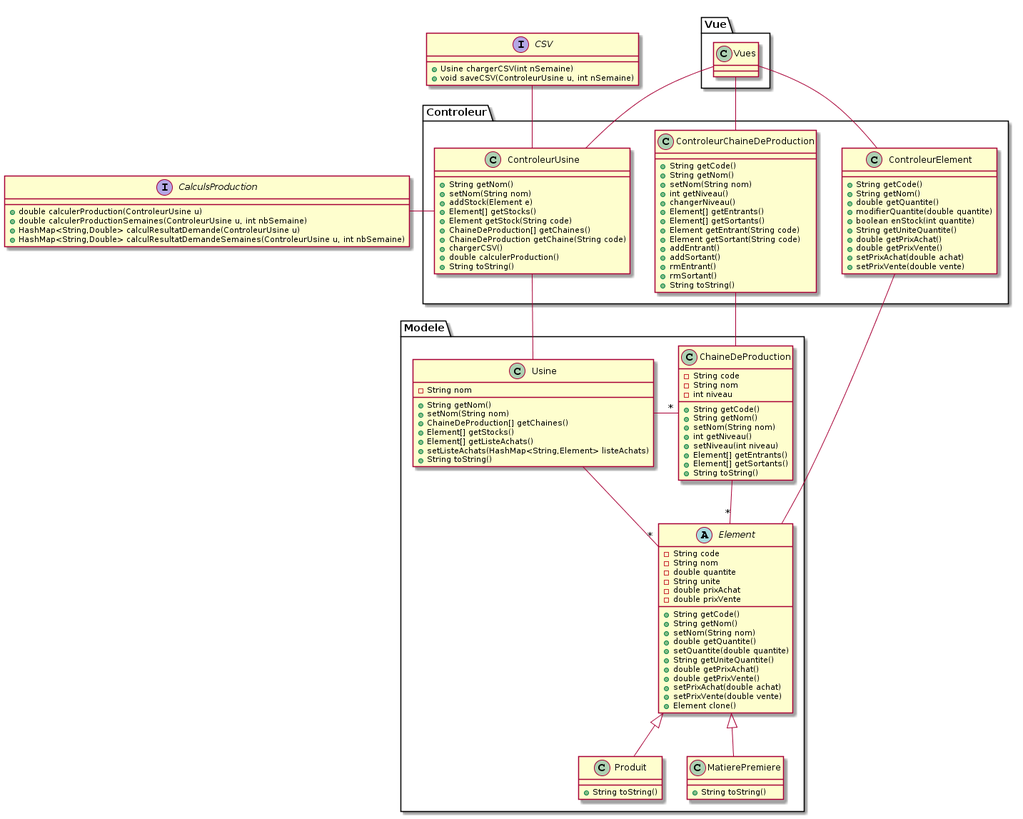
Before: uml.png, a diagram exported from PlantUML (TovarichMFS/leprojet).
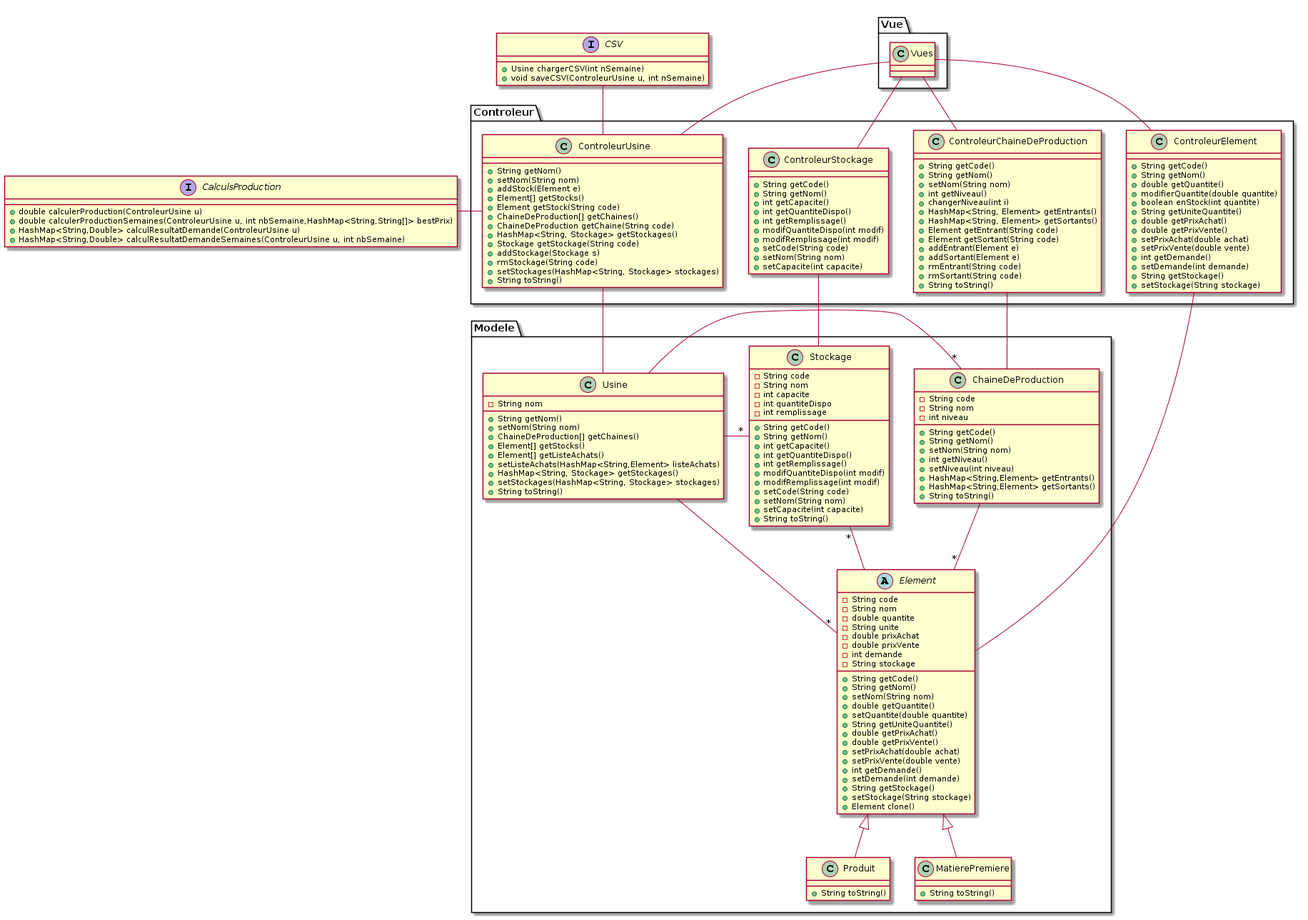
After the change.

Change to the diagram source:
```diff
@@ -7,6 +7,8 @@
 -String unite
 -double prixAchat
 -double prixVente
+-int demande
+-String stockage
 +String getCode()
 +String getNom()
 +setNom(String nom)
@@ -17,6 +19,10 @@
 +double getPrixVente()
 +setPrixAchat(double achat)
 +setPrixVente(double vente)
++int getDemande()
++setDemande(int demande)
++String getStockage()
++setStockage(String stockage)
 +Element clone()
 }
 
@@ -33,8 +39,8 @@
 +setNom(String nom)
 +int getNiveau()
 +setNiveau(int niveau)
-+Element[] getEntrants()
-+Element[] getSortants()
++HashMap<String,Element> getEntrants()
++HashMap<String,Element> getSortants()
 +String toString()
 }
 
@@ -46,6 +52,27 @@
 +Element[] getStocks()
 +Element[] getListeAchats()
 +setListeAchats(HashMap<String,Element> listeAchats)
++HashMap<String, Stockage> getStockages()
++setStockages(HashMap<String, Stockage> stockages)
++String toString()
+}
+
+class Stockage {
+-String code
+-String nom
+-int capacite
+-int quantiteDispo
+-int remplissage
++String getCode()
++String getNom()
++int getCapacite()
++int getQuantiteDispo()
++int getRemplissage()
++modifQuantiteDispo(int modif)
++modifRemplissage(int modif)
++setCode(String code)
++setNom(String nom)
++setCapacite(int capacite)
 +String toString()
 }
 
@@ -64,6 +91,10 @@
 +double getPrixVente()
 +setPrixAchat(double achat)
 +setPrixVente(double vente)
++int getDemande()
++setDemande(int demande)
++String getStockage()
++setStockage(String stockage)
 }
 
 class ControleurChaineDeProduction {
@@ -71,15 +102,15 @@
 +String getNom()
 +setNom(String nom)
 +int getNiveau()
-+changerNiveau()
-+Element[] getEntrants()
-+Element[] getSortants()
++changerNiveau(int i)
++HashMap<String, Element> getEntrants()
++HashMap<String, Element> getSortants()
 +Element getEntrant(String code)
 +Element getSortant(String code)
-+addEntrant()
-+addSortant()
-+rmEntrant()
-+rmSortant()
++addEntrant(Element e)
++addSortant(Element e)
++rmEntrant(String code)
++rmSortant(String code)
 +String toString()
 }
 
@@ -91,16 +122,32 @@
 +Element getStock(String code)
 +ChaineDeProduction[] getChaines()
 +ChaineDeProduction getChaine(String code)
-+chargerCSV()
-+double calculerProduction()
++HashMap<String, Stockage> getStockages()
++Stockage getStockage(String code)
++addStockage(Stockage s)
++rmStockage(String code)
++setStockages(HashMap<String, Stockage> stockages)
 +String toString()
+}
+
+class ControleurStockage {
++String getCode()
++String getNom()
++int getCapacite()
++int getQuantiteDispo()
++int getRemplissage()
++modifQuantiteDispo(int modif)
++modifRemplissage(int modif)
++setCode(String code)
++setNom(String nom)
++setCapacite(int capacite)
 }
 
 }
 
 interface CalculsProduction{
 +double calculerProduction(ControleurUsine u)
-+double calculerProductionSemaines(ControleurUsine u, int nbSemaine)
++double calculerProductionSemaines(ControleurUsine u, int nbSemaine,HashMap<String,String[]> bestPrix)
 +HashMap<String,Double> calculResultatDemande(ControleurUsine u)
 +HashMap<String,Double> calculResultatDemandeSemaines(ControleurUsine u, int nbSemaine)
 }
@@ -121,14 +168,18 @@
 Vues -down- ControleurElement
 Vues -down- ControleurChaineDeProduction
 Vues -down- ControleurUsine
+Vues -down- ControleurStockage
 CSV -down- ControleurUsine
 Element -up- ControleurElement
 CalculsProduction -right- ControleurUsine
 ChaineDeProduction -up- ControleurChaineDeProduction
 Usine -up- ControleurUsine
+Stockage -up- ControleurStockage
 Usine -right- "*" ChaineDeProduction
 Usine -down- "*" Element
+Stockage "*" -down- Element
 ChaineDeProduction -down- "*" Element
+Usine -left- "*" Stockage
 Element <|-- Produit
 Element <|-- MatierePremiere
 @enduml
```
